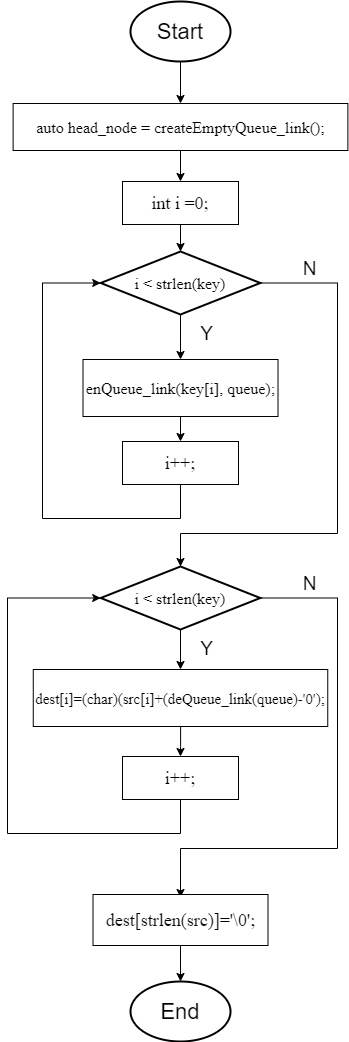
Above: flowchart_passwd.png in PommesPeter/draw.io_diagram (draw.io), before the change. Source tidied: cells renumbered, new cells last; positions are measured from the earlier drawing's top-left corner, leaving out a move shared by most shapes.
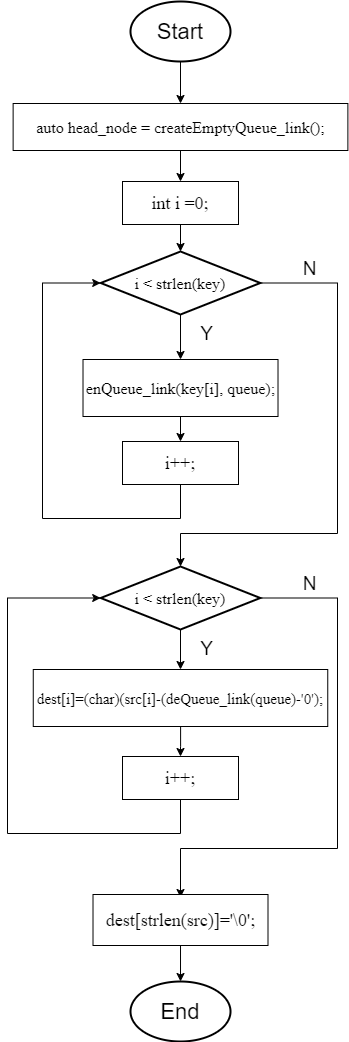
Later version of the same file.

Change to the diagram source:
```diff
@@ -75,7 +75,7 @@
         </Array>
       </mxGeometry>
     </mxCell>
-    <mxCell id="20" value="&lt;font face=&quot;Times New Roman&quot; style=&quot;font-size: 15px&quot;&gt;dest[i]=(char)(src[i]+(deQueue_link(queue)-'0');&lt;/font&gt;" style="rounded=0;whiteSpace=wrap;html=1;" parent="1" vertex="1">
+    <mxCell id="20" value="&lt;font face=&quot;Times New Roman&quot; style=&quot;font-size: 15px&quot;&gt;dest[i]=(char)(src[i]-(deQueue_link(queue)-'0');&lt;/font&gt;" style="rounded=0;whiteSpace=wrap;html=1;" parent="1" vertex="1">
       <mxGeometry x="25.8" y="668" width="294.5" height="57" as="geometry" />
     </mxCell>
     <mxCell id="21" style="edgeStyle=orthogonalEdgeStyle;rounded=0;jettySize=auto;html=1;exitX=0.5;exitY=1;exitDx=0;exitDy=0;exitPerimeter=0;entryX=0.5;entryY=0;entryDx=0;entryDy=0;" parent="1" edge="1" source="18" target="20">
```
